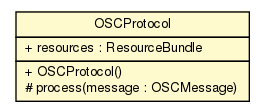
Earlier version of the Graphviz export apidocs/com/xley/lfosc/impl/OSCProtocol.png (pcross616/lf-osc-proxy). Its source is kept beside it as apidocs/com/xley/lfosc/impl/OSCProtocol.dot. Source of this version:
```dot

digraph G {
	edge [fontname="Helvetica",fontsize=10,labelfontname="Helvetica",labelfontsize=10];
	node [fontname="Helvetica",fontsize=10,shape=plaintext];
	nodesep=0.25;
	ranksep=0.5;
	c35 [label=<<table title="com.xley.lfosc.impl.OSCProtocol" border="0" cellborder="1" cellspacing="0" cellpadding="2" port="p" bgcolor="lemonChiffon" href="./OSCProtocol.html">
		<tr><td><table border="0" cellspacing="0" cellpadding="1">
<tr><td align="center" balign="center"> OSCProtocol </td></tr>
		</table></td></tr>
		<tr><td><table border="0" cellspacing="0" cellpadding="1">
<tr><td align="left" balign="left"> + resources : ResourceBundle </td></tr>
		</table></td></tr>
		<tr><td><table border="0" cellspacing="0" cellpadding="1">
<tr><td align="left" balign="left"> + OSCProtocol() </td></tr>
<tr><td align="left" balign="left"> # process(message : OSCMessage) </td></tr>
		</table></td></tr>
		</table>>, URL="./OSCProtocol.html", fontname="Helvetica", fontcolor="black", fontsize=10.0];
}
```
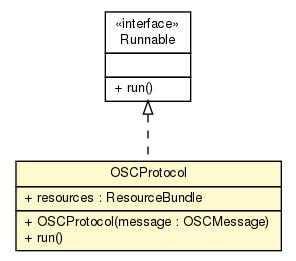
The same diagram one commit later.

What changed in the source:
```diff
@@ -4,7 +4,7 @@
 	node [fontname="Helvetica",fontsize=10,shape=plaintext];
 	nodesep=0.25;
 	ranksep=0.5;
-	c35 [label=<<table title="com.xley.lfosc.impl.OSCProtocol" border="0" cellborder="1" cellspacing="0" cellpadding="2" port="p" bgcolor="lemonChiffon" href="./OSCProtocol.html">
+	c58 [label=<<table title="com.xley.lfosc.impl.OSCProtocol" border="0" cellborder="1" cellspacing="0" cellpadding="2" port="p" bgcolor="lemonChiffon" href="./OSCProtocol.html">
 		<tr><td><table border="0" cellspacing="0" cellpadding="1">
 <tr><td align="center" balign="center"> OSCProtocol </td></tr>
 		</table></td></tr>
@@ -12,8 +12,21 @@
 <tr><td align="left" balign="left"> + resources : ResourceBundle </td></tr>
 		</table></td></tr>
 		<tr><td><table border="0" cellspacing="0" cellpadding="1">
-<tr><td align="left" balign="left"> + OSCProtocol() </td></tr>
-<tr><td align="left" balign="left"> # process(message : OSCMessage) </td></tr>
+<tr><td align="left" balign="left"> + OSCProtocol(message : OSCMessage) </td></tr>
+<tr><td align="left" balign="left"> + run() </td></tr>
 		</table></td></tr>
 		</table>>, URL="./OSCProtocol.html", fontname="Helvetica", fontcolor="black", fontsize=10.0];
+	c60:p -> c58:p [dir=back,arrowtail=empty,style=dashed];
+	c60 [label=<<table title="java.lang.Runnable" border="0" cellborder="1" cellspacing="0" cellpadding="2" port="p" href="http://java.sun.com/j2se/1.4.2/docs/api/java/lang/Runnable.html">
+		<tr><td><table border="0" cellspacing="0" cellpadding="1">
+<tr><td align="center" balign="center"> &#171;interface&#187; </td></tr>
+<tr><td align="center" balign="center"> Runnable </td></tr>
+		</table></td></tr>
+		<tr><td><table border="0" cellspacing="0" cellpadding="1">
+<tr><td align="left" balign="left">  </td></tr>
+		</table></td></tr>
+		<tr><td><table border="0" cellspacing="0" cellpadding="1">
+<tr><td align="left" balign="left"> + run() </td></tr>
+		</table></td></tr>
+		</table>>, URL="http://java.sun.com/j2se/1.4.2/docs/api/java/lang/Runnable.html", fontname="Helvetica", fontcolor="black", fontsize=10.0];
 }
```
